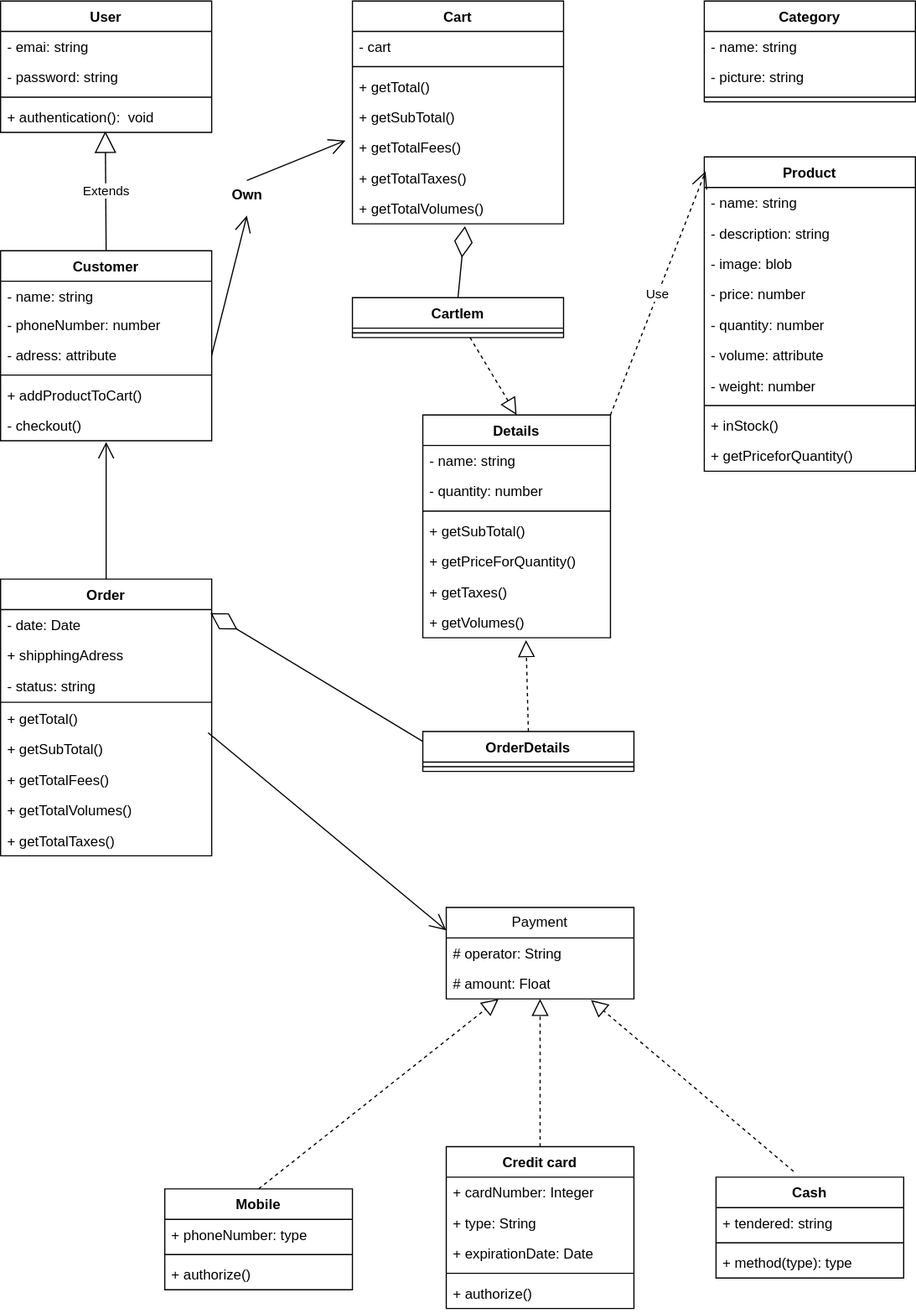
The draw.io diagram public/nyrs-class.drawio.svg in yaljov/yalnguembu, before a commit. Source tidied: cells renumbered, new cells last; positions are measured from the earlier drawing's top-left corner, leaving out a move shared by most shapes.
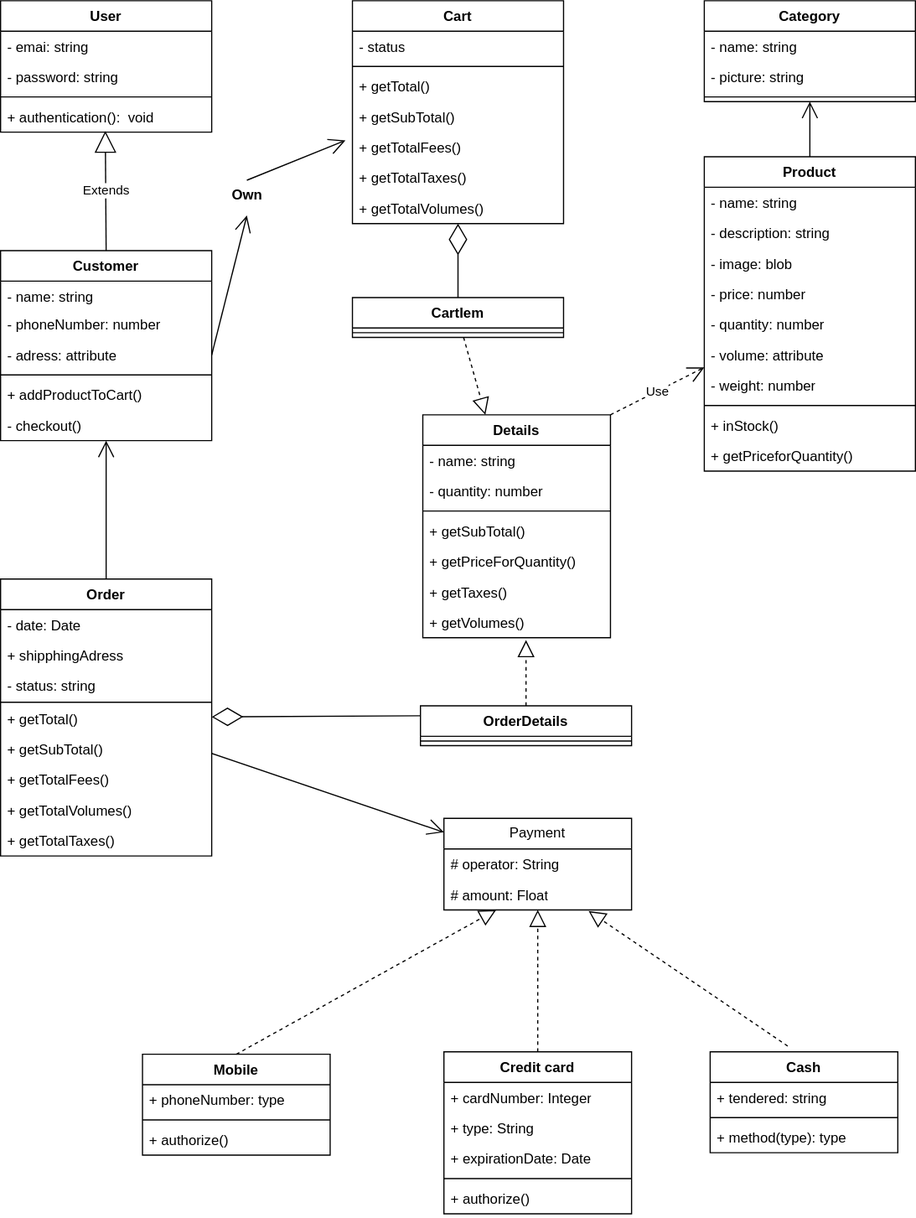
After the change.

Change to the diagram source:
```diff
@@ -1,4 +1,4 @@
-<mxGraphModel background="#ffffff">
+<mxGraphModel background="#FFFFFF">
   <root>
     <mxCell id="0" />
     <mxCell id="1" parent="0" />
@@ -89,7 +89,7 @@
     <mxCell id="30" value="Cart" style="swimlane;fontStyle=1;align=center;verticalAlign=top;horizontal=1;startSize=26;whiteSpace=wrap;html=1;" parent="1" vertex="1">
       <mxGeometry x="300" width="180" height="190" as="geometry" />
     </mxCell>
-    <mxCell id="31" value="- cart" style="text;strokeColor=none;fillColor=none;align=left;verticalAlign=top;spacingLeft=4;spacingRight=4;overflow=hidden;whiteSpace=wrap;html=1;" parent="30" vertex="1">
+    <mxCell id="31" value="- status" style="text;strokeColor=none;fillColor=none;align=left;verticalAlign=top;spacingLeft=4;spacingRight=4;overflow=hidden;whiteSpace=wrap;html=1;" parent="30" vertex="1">
       <mxGeometry y="26" width="180" height="26" as="geometry" />
     </mxCell>
     <mxCell id="32" style="line;strokeWidth=1;fillColor=none;align=left;verticalAlign=middle;spacingTop=-1;spacingLeft=3;spacingRight=3;labelPosition=right;strokeColor=inherit;" parent="30" vertex="1">
@@ -125,7 +125,7 @@
     <mxCell id="42" style="line;strokeWidth=1;fillColor=none;align=left;verticalAlign=middle;spacingTop=-1;spacingLeft=3;spacingRight=3;labelPosition=right;strokeColor=inherit;" parent="41" vertex="1">
       <mxGeometry y="26" width="180" height="8" as="geometry" />
     </mxCell>
-    <mxCell id="43" style="endArrow=diamondThin;endFill=0;endSize=24;html=1;rounded=0;entryX=0.533;entryY=1.077;entryDx=0;entryDy=0;exitX=0.5;exitY=0;exitDx=0;exitDy=0;entryPerimeter=0;" parent="1" edge="1" source="41" target="37">
+    <mxCell id="43" style="endArrow=diamondThin;endFill=0;endSize=24;html=1;rounded=0;exitX=0.5;exitY=0;exitDx=0;exitDy=0;" parent="1" edge="1" source="41" target="30">
       <mxGeometry relative="1" as="geometry" />
     </mxCell>
     <mxCell id="44" value="Order" style="swimlane;fontStyle=1;align=center;verticalAlign=top;horizontal=1;startSize=26;whiteSpace=wrap;html=1;" parent="1" vertex="1">
@@ -159,22 +159,22 @@
       <mxGeometry y="210" width="180" height="26" as="geometry" />
     </mxCell>
     <mxCell id="54" value="OrderDetails&lt;br&gt;" style="swimlane;fontStyle=1;align=center;verticalAlign=top;horizontal=1;startSize=26;whiteSpace=wrap;html=1;" parent="1" vertex="1">
-      <mxGeometry x="360" y="623" width="180" height="34" as="geometry" />
+      <mxGeometry x="358" y="601" width="180" height="34" as="geometry" />
     </mxCell>
     <mxCell id="55" style="line;strokeWidth=1;fillColor=none;align=left;verticalAlign=middle;spacingTop=-1;spacingLeft=3;spacingRight=3;labelPosition=right;strokeColor=inherit;" parent="54" vertex="1">
       <mxGeometry y="26" width="180" height="8" as="geometry" />
     </mxCell>
-    <mxCell id="56" style="endArrow=open;endFill=1;endSize=12;html=1;rounded=0;entryX=0.5;entryY=1.038;entryDx=0;entryDy=0;entryPerimeter=0;" parent="1" edge="1" source="44" target="8">
+    <mxCell id="56" style="endArrow=open;endFill=1;endSize=12;html=1;rounded=0;" parent="1" edge="1" source="44" target="2">
       <mxGeometry relative="1" as="geometry" />
     </mxCell>
-    <mxCell id="57" value="Use" style="endArrow=open;endSize=12;dashed=1;html=1;rounded=0;entryX=0.006;entryY=0.046;entryDx=0;entryDy=0;entryPerimeter=0;exitX=1;exitY=0;exitDx=0;exitDy=0;" parent="1" edge="1" source="80" target="14">
+    <mxCell id="57" value="Use" style="endArrow=open;endSize=12;dashed=1;html=1;rounded=0;exitX=1;exitY=0;exitDx=0;exitDy=0;" parent="1" edge="1" source="80" target="14">
       <mxGeometry relative="1" as="geometry" />
     </mxCell>
-    <mxCell id="58" style="endArrow=diamondThin;endFill=0;endSize=24;html=1;rounded=0;exitX=0;exitY=0.25;exitDx=0;exitDy=0;entryX=0.994;entryY=0.115;entryDx=0;entryDy=0;entryPerimeter=0;" parent="1" edge="1" source="54" target="45">
+    <mxCell id="58" style="endArrow=diamondThin;endFill=0;endSize=24;html=1;rounded=0;exitX=0;exitY=0.25;exitDx=0;exitDy=0;" parent="1" edge="1" source="54" target="44">
       <mxGeometry relative="1" as="geometry" />
     </mxCell>
     <mxCell id="59" value="Payment" style="swimlane;fontStyle=0;horizontal=1;startSize=26;fillColor=none;whiteSpace=wrap;html=1;" parent="1" vertex="1">
-      <mxGeometry x="380" y="773" width="160" height="78" as="geometry" />
+      <mxGeometry x="378" y="697" width="160" height="78" as="geometry" />
     </mxCell>
     <mxCell id="60" value="# operator: String" style="text;strokeColor=none;fillColor=none;align=left;verticalAlign=top;spacingLeft=4;spacingRight=4;overflow=hidden;whiteSpace=wrap;html=1;" parent="59" vertex="1">
       <mxGeometry y="26" width="160" height="26" as="geometry" />
@@ -183,7 +183,7 @@
       <mxGeometry y="52" width="160" height="26" as="geometry" />
     </mxCell>
     <mxCell id="62" value="Mobile" style="swimlane;fontStyle=1;align=center;verticalAlign=top;horizontal=1;startSize=26;whiteSpace=wrap;html=1;" parent="1" vertex="1">
-      <mxGeometry x="140" y="1013" width="160" height="86" as="geometry" />
+      <mxGeometry x="121" y="898" width="160" height="86" as="geometry" />
     </mxCell>
     <mxCell id="63" value="+ phoneNumber: type" style="text;strokeColor=none;fillColor=none;align=left;verticalAlign=top;spacingLeft=4;spacingRight=4;overflow=hidden;whiteSpace=wrap;html=1;" parent="62" vertex="1">
       <mxGeometry y="26" width="160" height="26" as="geometry" />
@@ -195,7 +195,7 @@
       <mxGeometry y="60" width="160" height="26" as="geometry" />
     </mxCell>
     <mxCell id="66" value="Credit card" style="swimlane;fontStyle=1;align=center;verticalAlign=top;horizontal=1;startSize=26;whiteSpace=wrap;html=1;" parent="1" vertex="1">
-      <mxGeometry x="380" y="977" width="160" height="138" as="geometry" />
+      <mxGeometry x="378" y="896" width="160" height="138" as="geometry" />
     </mxCell>
     <mxCell id="67" value="+ cardNumber: Integer" style="text;strokeColor=none;fillColor=none;align=left;verticalAlign=top;spacingLeft=4;spacingRight=4;overflow=hidden;whiteSpace=wrap;html=1;" parent="66" vertex="1">
       <mxGeometry y="26" width="160" height="26" as="geometry" />
@@ -213,7 +213,7 @@
       <mxGeometry y="112" width="160" height="26" as="geometry" />
     </mxCell>
     <mxCell id="72" value="Cash" style="swimlane;fontStyle=1;align=center;verticalAlign=top;horizontal=1;startSize=26;whiteSpace=wrap;html=1;" parent="1" vertex="1">
-      <mxGeometry x="610" y="1003" width="160" height="86" as="geometry" />
+      <mxGeometry x="605" y="896" width="160" height="86" as="geometry" />
     </mxCell>
     <mxCell id="73" value="+ tendered: string" style="text;strokeColor=none;fillColor=none;align=left;verticalAlign=top;spacingLeft=4;spacingRight=4;overflow=hidden;whiteSpace=wrap;html=1;" parent="72" vertex="1">
       <mxGeometry y="26" width="160" height="26" as="geometry" />
@@ -224,7 +224,7 @@
     <mxCell id="75" value="+ method(type): type" style="text;strokeColor=none;fillColor=none;align=left;verticalAlign=top;spacingLeft=4;spacingRight=4;overflow=hidden;whiteSpace=wrap;html=1;" parent="72" vertex="1">
       <mxGeometry y="60" width="160" height="26" as="geometry" />
     </mxCell>
-    <mxCell id="76" style="endArrow=open;endFill=1;endSize=12;html=1;rounded=0;exitX=0.983;exitY=-0.038;exitDx=0;exitDy=0;exitPerimeter=0;entryX=0;entryY=0.25;entryDx=0;entryDy=0;" parent="1" edge="1" source="50" target="59">
+    <mxCell id="76" style="endArrow=open;endFill=1;endSize=12;html=1;rounded=0;" parent="1" edge="1" source="44" target="59">
       <mxGeometry relative="1" as="geometry" />
     </mxCell>
     <mxCell id="77" style="endArrow=block;dashed=1;endFill=0;endSize=12;html=1;rounded=0;exitX=0.5;exitY=0;exitDx=0;exitDy=0;" parent="1" edge="1" source="66" target="61">
@@ -263,8 +263,11 @@
     <mxCell id="88" style="endArrow=block;dashed=1;endFill=0;endSize=12;html=1;rounded=0;exitX=0.5;exitY=0;exitDx=0;exitDy=0;entryX=0.55;entryY=1.077;entryDx=0;entryDy=0;entryPerimeter=0;" parent="1" edge="1" source="54" target="87">
       <mxGeometry relative="1" as="geometry" />
     </mxCell>
-    <mxCell id="89" style="endArrow=block;dashed=1;endFill=0;endSize=12;html=1;rounded=0;entryX=0.5;entryY=0;entryDx=0;entryDy=0;" parent="1" edge="1" source="41" target="80">
+    <mxCell id="89" style="endArrow=block;dashed=1;endFill=0;endSize=12;html=1;rounded=0;" parent="1" edge="1" source="41" target="80">
       <mxGeometry relative="1" as="geometry" />
     </mxCell>
+    <mxCell id="90" style="endArrow=open;endFill=1;endSize=12;html=1;rounded=0;" parent="1" edge="1" source="14" target="25">
+      <mxGeometry relative="1" as="geometry" />
+    </mxCell>
   </root>
 </mxGraphModel>
```
